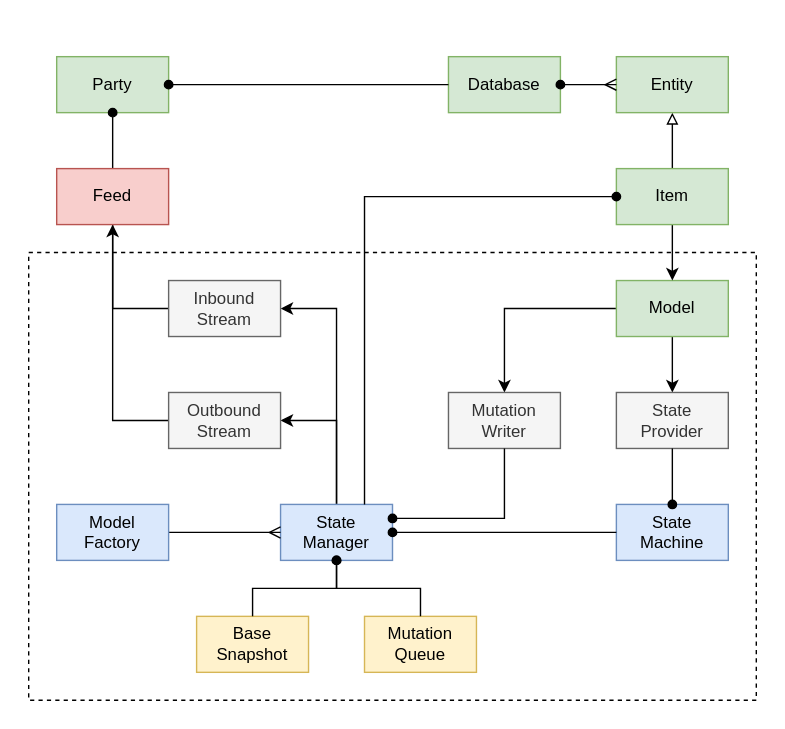
dxos/dxos keeps this draw.io diagram as docs/design/diagrams/model-state.drawio.svg. Above is the earlier version. Source tidied: cells renumbered, new cells last; positions are measured from the earlier drawing's top-left corner, leaving out a move shared by most shapes. Source of this version:
```xml
<mxGraphModel background="#ffffff">
  <root>
    <mxCell id="0" />
    <mxCell id="1" parent="0" />
    <mxCell id="2" style="rounded=0;whiteSpace=wrap;html=1;fillColor=none;strokeColor=none;" parent="1" vertex="1">
      <mxGeometry width="560" height="520" as="geometry" />
    </mxCell>
    <mxCell id="3" style="rounded=0;whiteSpace=wrap;html=1;fillColor=none;dashed=1;" parent="1" vertex="1">
      <mxGeometry x="20" y="180" width="520" height="320" as="geometry" />
    </mxCell>
    <mxCell id="4" style="edgeStyle=orthogonalEdgeStyle;rounded=0;jettySize=auto;html=1;exitX=0.5;exitY=1;exitDx=0;exitDy=0;entryX=0.5;entryY=0;entryDx=0;entryDy=0;endArrow=classic;endFill=1;" parent="1" edge="1" source="6" target="18">
      <mxGeometry relative="1" as="geometry" />
    </mxCell>
    <mxCell id="5" style="edgeStyle=orthogonalEdgeStyle;rounded=0;jettySize=auto;html=1;entryX=0.5;entryY=0;entryDx=0;entryDy=0;endArrow=classic;endFill=1;" parent="1" edge="1" source="6" target="19">
      <mxGeometry relative="1" as="geometry" />
    </mxCell>
    <mxCell id="6" value="Model" style="rounded=0;whiteSpace=wrap;html=1;fillColor=#d5e8d4;strokeColor=#82b366;" parent="1" vertex="1">
      <mxGeometry x="440" y="200" width="80" height="40" as="geometry" />
    </mxCell>
    <mxCell id="7" value="State&lt;br&gt;Machine" style="rounded=0;whiteSpace=wrap;html=1;fillColor=#dae8fc;strokeColor=#6c8ebf;" parent="1" vertex="1">
      <mxGeometry x="440" y="360" width="80" height="40" as="geometry" />
    </mxCell>
    <mxCell id="8" style="edgeStyle=orthogonalEdgeStyle;rounded=0;jettySize=auto;html=1;exitX=1;exitY=0.5;exitDx=0;exitDy=0;startArrow=classic;startFill=1;endArrow=none;endFill=0;" parent="1" edge="1" source="29" target="10">
      <mxGeometry relative="1" as="geometry" />
    </mxCell>
    <mxCell id="9" style="edgeStyle=orthogonalEdgeStyle;rounded=0;jettySize=auto;html=1;exitX=1;exitY=0.5;exitDx=0;exitDy=0;entryX=0.5;entryY=0;entryDx=0;entryDy=0;startArrow=classic;startFill=1;endArrow=none;endFill=0;" parent="1" edge="1" source="31" target="10">
      <mxGeometry relative="1" as="geometry">
        <Array as="points">
          <mxPoint x="240" y="220" />
        </Array>
      </mxGeometry>
    </mxCell>
    <mxCell id="10" value="State&lt;br&gt;Manager" style="rounded=0;whiteSpace=wrap;html=1;fillColor=#dae8fc;strokeColor=#6c8ebf;" parent="1" vertex="1">
      <mxGeometry x="200" y="360" width="80" height="40" as="geometry" />
    </mxCell>
    <mxCell id="11" style="edgeStyle=orthogonalEdgeStyle;rounded=0;jettySize=auto;html=1;" parent="1" edge="1" source="13" target="6">
      <mxGeometry relative="1" as="geometry" />
    </mxCell>
    <mxCell id="12" style="edgeStyle=orthogonalEdgeStyle;rounded=0;jettySize=auto;html=1;exitX=0.5;exitY=0;exitDx=0;exitDy=0;entryX=0.5;entryY=1;entryDx=0;entryDy=0;endArrow=block;endFill=0;" parent="1" edge="1" source="13" target="23">
      <mxGeometry relative="1" as="geometry" />
    </mxCell>
    <mxCell id="13" value="Item" style="rounded=0;whiteSpace=wrap;html=1;fillColor=#d5e8d4;strokeColor=#82b366;" parent="1" vertex="1">
      <mxGeometry x="440" y="120" width="80" height="40" as="geometry" />
    </mxCell>
    <mxCell id="14" style="edgeStyle=orthogonalEdgeStyle;rounded=0;jettySize=auto;html=1;exitX=1;exitY=0.5;exitDx=0;exitDy=0;endArrow=ERmany;endFill=0;" parent="1" edge="1" source="15" target="10">
      <mxGeometry relative="1" as="geometry" />
    </mxCell>
    <mxCell id="15" value="Model&lt;br&gt;Factory" style="rounded=0;whiteSpace=wrap;html=1;fillColor=#dae8fc;strokeColor=#6c8ebf;" parent="1" vertex="1">
      <mxGeometry x="40" y="360" width="80" height="40" as="geometry" />
    </mxCell>
    <mxCell id="16" value="Mutation&lt;br&gt;Queue" style="rounded=0;whiteSpace=wrap;html=1;fillColor=#fff2cc;strokeColor=#d6b656;" parent="1" vertex="1">
      <mxGeometry x="260" y="440" width="80" height="40" as="geometry" />
    </mxCell>
    <mxCell id="17" value="Base&lt;br&gt;Snapshot" style="rounded=0;whiteSpace=wrap;html=1;fillColor=#fff2cc;strokeColor=#d6b656;" parent="1" vertex="1">
      <mxGeometry x="140" y="440" width="80" height="40" as="geometry" />
    </mxCell>
    <mxCell id="18" value="State&lt;br&gt;Provider" style="rounded=0;whiteSpace=wrap;html=1;fillColor=#f5f5f5;strokeColor=#666666;fontColor=#333333;" parent="1" vertex="1">
      <mxGeometry x="440" y="280" width="80" height="40" as="geometry" />
    </mxCell>
    <mxCell id="19" value="Mutation&lt;br&gt;Writer" style="rounded=0;whiteSpace=wrap;html=1;fillColor=#f5f5f5;strokeColor=#666666;fontColor=#333333;" parent="1" vertex="1">
      <mxGeometry x="320" y="280" width="80" height="40" as="geometry" />
    </mxCell>
    <mxCell id="20" style="edgeStyle=orthogonalEdgeStyle;rounded=0;jettySize=auto;html=1;exitX=0.5;exitY=1;exitDx=0;exitDy=0;entryX=0.5;entryY=0;entryDx=0;entryDy=0;endArrow=oval;endFill=1;" parent="1" edge="1" source="18" target="7">
      <mxGeometry relative="1" as="geometry" />
    </mxCell>
    <mxCell id="21" style="edgeStyle=orthogonalEdgeStyle;rounded=0;jettySize=auto;html=1;entryX=1;entryY=0.25;entryDx=0;entryDy=0;endArrow=oval;endFill=1;" parent="1" edge="1" source="19" target="10">
      <mxGeometry relative="1" as="geometry">
        <Array as="points">
          <mxPoint x="360" y="370" />
        </Array>
      </mxGeometry>
    </mxCell>
    <mxCell id="22" style="edgeStyle=orthogonalEdgeStyle;rounded=0;jettySize=auto;html=1;entryX=1;entryY=0.5;entryDx=0;entryDy=0;endArrow=oval;endFill=1;" parent="1" edge="1" source="7" target="10">
      <mxGeometry relative="1" as="geometry" />
    </mxCell>
    <mxCell id="23" value="Entity" style="rounded=0;whiteSpace=wrap;html=1;fillColor=#d5e8d4;strokeColor=#82b366;" parent="1" vertex="1">
      <mxGeometry x="440" y="40" width="80" height="40" as="geometry" />
    </mxCell>
    <mxCell id="24" style="edgeStyle=orthogonalEdgeStyle;rounded=0;jettySize=auto;html=1;exitX=0.5;exitY=0;exitDx=0;exitDy=0;entryX=0.5;entryY=1;entryDx=0;entryDy=0;endArrow=oval;endFill=1;" parent="1" edge="1" source="17" target="10">
      <mxGeometry relative="1" as="geometry" />
    </mxCell>
    <mxCell id="25" style="edgeStyle=orthogonalEdgeStyle;rounded=0;jettySize=auto;html=1;exitX=0.5;exitY=0;exitDx=0;exitDy=0;entryX=0.5;entryY=1;entryDx=0;entryDy=0;endArrow=oval;endFill=1;" parent="1" edge="1" source="16" target="10">
      <mxGeometry relative="1" as="geometry" />
    </mxCell>
    <mxCell id="26" value="Database" style="rounded=0;whiteSpace=wrap;html=1;fillColor=#d5e8d4;strokeColor=#82b366;" parent="1" vertex="1">
      <mxGeometry x="320" y="40" width="80" height="40" as="geometry" />
    </mxCell>
    <mxCell id="27" style="edgeStyle=orthogonalEdgeStyle;rounded=0;jettySize=auto;html=1;endArrow=ERmany;endFill=0;entryX=0;entryY=0.5;entryDx=0;entryDy=0;startArrow=oval;startFill=1;" parent="1" edge="1" source="26" target="23">
      <mxGeometry relative="1" as="geometry" />
    </mxCell>
    <mxCell id="28" style="edgeStyle=orthogonalEdgeStyle;rounded=0;jettySize=auto;html=1;startArrow=classic;startFill=1;endArrow=none;endFill=0;entryX=0;entryY=0.5;entryDx=0;entryDy=0;exitX=0.5;exitY=1;exitDx=0;exitDy=0;" parent="1" edge="1" source="34" target="29">
      <mxGeometry relative="1" as="geometry">
        <Array as="points">
          <mxPoint x="80" y="300" />
        </Array>
      </mxGeometry>
    </mxCell>
    <mxCell id="29" value="Outbound&lt;br&gt;Stream" style="rounded=0;whiteSpace=wrap;html=1;fillColor=#f5f5f5;strokeColor=#666666;fontColor=#333333;" parent="1" vertex="1">
      <mxGeometry x="120" y="280" width="80" height="40" as="geometry" />
    </mxCell>
    <mxCell id="30" style="edgeStyle=orthogonalEdgeStyle;rounded=0;jettySize=auto;html=1;startArrow=none;startFill=1;endArrow=none;endFill=0;entryX=0;entryY=0.5;entryDx=0;entryDy=0;" parent="1" edge="1" source="34" target="31">
      <mxGeometry relative="1" as="geometry" />
    </mxCell>
    <mxCell id="31" value="Inbound&lt;br&gt;Stream" style="rounded=0;whiteSpace=wrap;html=1;fillColor=#f5f5f5;strokeColor=#666666;fontColor=#333333;" parent="1" vertex="1">
      <mxGeometry x="120" y="200" width="80" height="40" as="geometry" />
    </mxCell>
    <mxCell id="32" value="Party" style="rounded=0;whiteSpace=wrap;html=1;fillColor=#d5e8d4;strokeColor=#82b366;" parent="1" vertex="1">
      <mxGeometry x="40" y="40" width="80" height="40" as="geometry" />
    </mxCell>
    <mxCell id="33" style="edgeStyle=orthogonalEdgeStyle;rounded=0;jettySize=auto;html=1;exitX=0.5;exitY=1;exitDx=0;exitDy=0;entryX=0.5;entryY=0;entryDx=0;entryDy=0;startArrow=oval;startFill=1;endArrow=none;endFill=0;" parent="1" edge="1" source="32" target="34">
      <mxGeometry relative="1" as="geometry" />
    </mxCell>
    <mxCell id="34" value="Feed" style="rounded=0;whiteSpace=wrap;html=1;fillColor=#f8cecc;strokeColor=#b85450;" parent="1" vertex="1">
      <mxGeometry x="40" y="120" width="80" height="40" as="geometry" />
    </mxCell>
    <mxCell id="35" style="edgeStyle=orthogonalEdgeStyle;rounded=0;jettySize=auto;html=1;startArrow=oval;startFill=1;endArrow=none;endFill=0;entryX=0;entryY=0.5;entryDx=0;entryDy=0;" parent="1" edge="1" source="32" target="26">
      <mxGeometry relative="1" as="geometry" />
    </mxCell>
    <mxCell id="36" style="edgeStyle=orthogonalEdgeStyle;rounded=0;jettySize=auto;html=1;exitX=0;exitY=0.5;exitDx=0;exitDy=0;entryX=0.75;entryY=0;entryDx=0;entryDy=0;startArrow=oval;startFill=1;endArrow=none;endFill=0;" parent="1" edge="1" source="13" target="10">
      <mxGeometry relative="1" as="geometry" />
    </mxCell>
  </root>
</mxGraphModel>
```
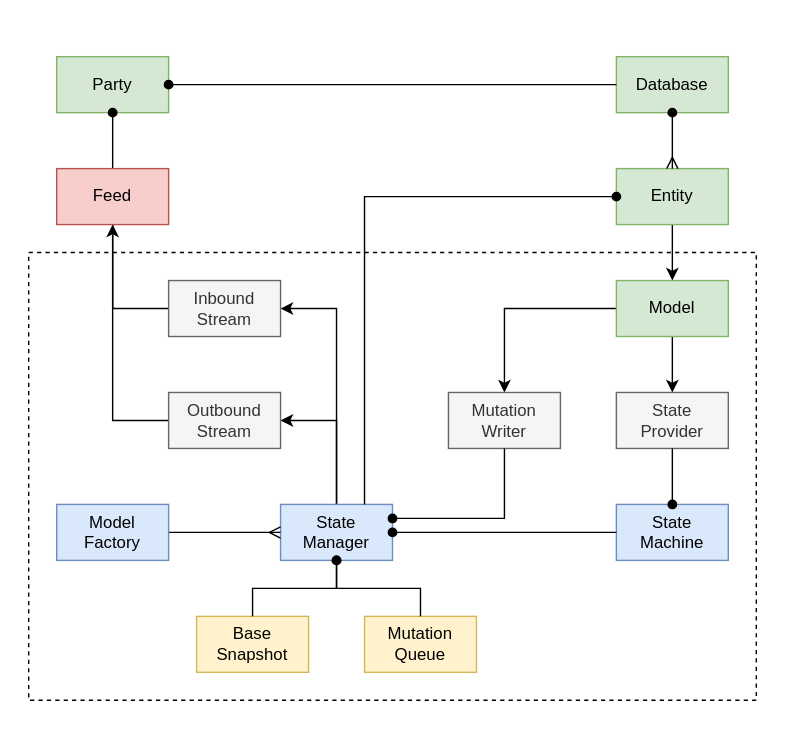
Above is the later version.

What changed in the source:
```diff
@@ -33,15 +33,9 @@
     <mxCell id="10" value="State&lt;br&gt;Manager" style="rounded=0;whiteSpace=wrap;html=1;fillColor=#dae8fc;strokeColor=#6c8ebf;" parent="1" vertex="1">
       <mxGeometry x="200" y="360" width="80" height="40" as="geometry" />
     </mxCell>
-    <mxCell id="11" style="edgeStyle=orthogonalEdgeStyle;rounded=0;jettySize=auto;html=1;" parent="1" edge="1" source="13" target="6">
+    <mxCell id="11" style="edgeStyle=orthogonalEdgeStyle;rounded=0;jettySize=auto;html=1;" parent="1" edge="1" source="23" target="6">
       <mxGeometry relative="1" as="geometry" />
     </mxCell>
-    <mxCell id="12" style="edgeStyle=orthogonalEdgeStyle;rounded=0;jettySize=auto;html=1;exitX=0.5;exitY=0;exitDx=0;exitDy=0;entryX=0.5;entryY=1;entryDx=0;entryDy=0;endArrow=block;endFill=0;" parent="1" edge="1" source="13" target="23">
-      <mxGeometry relative="1" as="geometry" />
-    </mxCell>
-    <mxCell id="13" value="Item" style="rounded=0;whiteSpace=wrap;html=1;fillColor=#d5e8d4;strokeColor=#82b366;" parent="1" vertex="1">
-      <mxGeometry x="440" y="120" width="80" height="40" as="geometry" />
-    </mxCell>
     <mxCell id="14" style="edgeStyle=orthogonalEdgeStyle;rounded=0;jettySize=auto;html=1;exitX=1;exitY=0.5;exitDx=0;exitDy=0;endArrow=ERmany;endFill=0;" parent="1" edge="1" source="15" target="10">
       <mxGeometry relative="1" as="geometry" />
     </mxCell>
@@ -74,7 +68,7 @@
       <mxGeometry relative="1" as="geometry" />
     </mxCell>
     <mxCell id="23" value="Entity" style="rounded=0;whiteSpace=wrap;html=1;fillColor=#d5e8d4;strokeColor=#82b366;" parent="1" vertex="1">
-      <mxGeometry x="440" y="40" width="80" height="40" as="geometry" />
+      <mxGeometry x="440" y="120" width="80" height="40" as="geometry" />
     </mxCell>
     <mxCell id="24" style="edgeStyle=orthogonalEdgeStyle;rounded=0;jettySize=auto;html=1;exitX=0.5;exitY=0;exitDx=0;exitDy=0;entryX=0.5;entryY=1;entryDx=0;entryDy=0;endArrow=oval;endFill=1;" parent="1" edge="1" source="17" target="10">
       <mxGeometry relative="1" as="geometry" />
@@ -83,9 +77,9 @@
       <mxGeometry relative="1" as="geometry" />
     </mxCell>
     <mxCell id="26" value="Database" style="rounded=0;whiteSpace=wrap;html=1;fillColor=#d5e8d4;strokeColor=#82b366;" parent="1" vertex="1">
-      <mxGeometry x="320" y="40" width="80" height="40" as="geometry" />
+      <mxGeometry x="440" y="40" width="80" height="40" as="geometry" />
     </mxCell>
-    <mxCell id="27" style="edgeStyle=orthogonalEdgeStyle;rounded=0;jettySize=auto;html=1;endArrow=ERmany;endFill=0;entryX=0;entryY=0.5;entryDx=0;entryDy=0;startArrow=oval;startFill=1;" parent="1" edge="1" source="26" target="23">
+    <mxCell id="27" style="edgeStyle=orthogonalEdgeStyle;rounded=0;jettySize=auto;html=1;endArrow=ERmany;endFill=0;startArrow=oval;startFill=1;" parent="1" edge="1" source="26" target="23">
       <mxGeometry relative="1" as="geometry" />
     </mxCell>
     <mxCell id="28" style="edgeStyle=orthogonalEdgeStyle;rounded=0;jettySize=auto;html=1;startArrow=classic;startFill=1;endArrow=none;endFill=0;entryX=0;entryY=0.5;entryDx=0;entryDy=0;exitX=0.5;exitY=1;exitDx=0;exitDy=0;" parent="1" edge="1" source="34" target="29">
@@ -116,7 +110,7 @@
     <mxCell id="35" style="edgeStyle=orthogonalEdgeStyle;rounded=0;jettySize=auto;html=1;startArrow=oval;startFill=1;endArrow=none;endFill=0;entryX=0;entryY=0.5;entryDx=0;entryDy=0;" parent="1" edge="1" source="32" target="26">
       <mxGeometry relative="1" as="geometry" />
     </mxCell>
-    <mxCell id="36" style="edgeStyle=orthogonalEdgeStyle;rounded=0;jettySize=auto;html=1;exitX=0;exitY=0.5;exitDx=0;exitDy=0;entryX=0.75;entryY=0;entryDx=0;entryDy=0;startArrow=oval;startFill=1;endArrow=none;endFill=0;" parent="1" edge="1" source="13" target="10">
+    <mxCell id="36" style="edgeStyle=orthogonalEdgeStyle;rounded=0;jettySize=auto;html=1;entryX=0.75;entryY=0;entryDx=0;entryDy=0;startArrow=oval;startFill=1;endArrow=none;endFill=0;" parent="1" edge="1" source="23" target="10">
       <mxGeometry relative="1" as="geometry" />
     </mxCell>
   </root>
```
